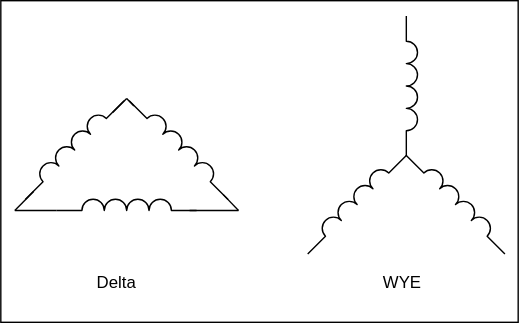
Earlier version of the draw.io export 01-documentation/svg_files/bldc_motor_topologies.drawio.svg (stephaneamans/ESC_Brushless). Source tidied: cells renumbered, new cells last; positions are measured from the earlier drawing's top-left corner, leaving out a move shared by most shapes.
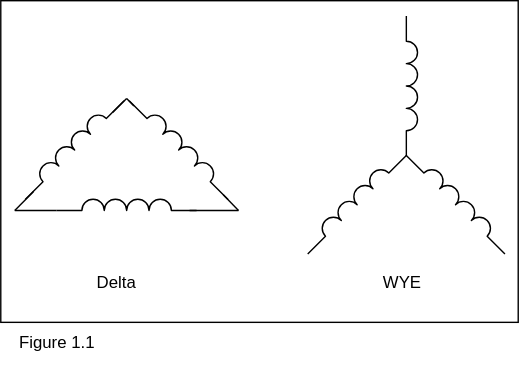
Later version of the same file.

Diff of the diagram source:
```diff
@@ -56,5 +56,8 @@
     <mxCell id="14" style="verticalLabelPosition=bottom;shadow=0;dashed=0;align=center;html=1;verticalAlign=top;shape=mxgraph.electrical.inductors.inductor_3;rotation=90;" parent="1" vertex="1">
       <mxGeometry x="244" y="57" width="100" height="8" as="geometry" />
     </mxCell>
+    <mxCell id="15" value="Figure 1.1" style="text;html=1;align=center;verticalAlign=middle;strokeColor=none;fillColor=none;" parent="1" vertex="1">
+      <mxGeometry y="230" width="80" height="30" as="geometry" />
+    </mxCell>
   </root>
 </mxGraphModel>
```
